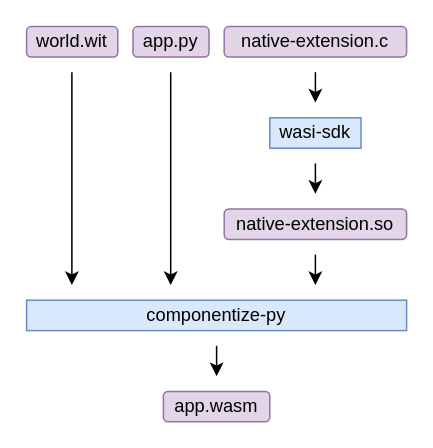
Earlier version of the draw.io diagram componentize-py-outside.drawio (dicej/presentations). Source tidied: cells renumbered, new cells numbered last; positions are measured from the earlier drawing's top-left corner, leaving out a move shared by most shapes. Both pictures are drawn from the tidied source at 152%, with x=0, y=0 at pixel (26, 26).
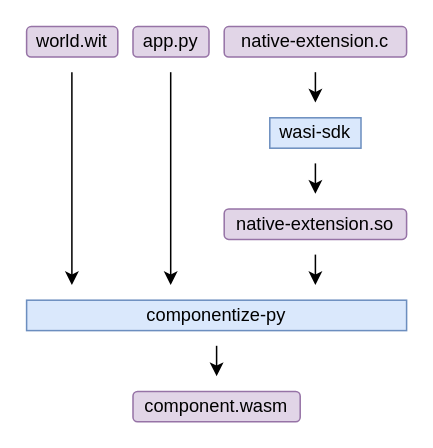
The same diagram, later.

Diff of the diagram source:
```diff
@@
-    <mxCell id="14" value="app.wasm" style="rounded=1;whiteSpace=wrap;html=1;fillColor=#e1d5e7;strokeColor=#9673a6;" parent="1" vertex="1">
-      <mxGeometry x="90" y="240" width="70" height="20" as="geometry" />
+    <mxCell id="14" value="component.wasm" style="rounded=1;whiteSpace=wrap;html=1;fillColor=#e1d5e7;strokeColor=#9673a6;" parent="1" vertex="1">
+      <mxGeometry x="70" y="240" width="110" height="20" as="geometry" />
     </mxCell>
```
